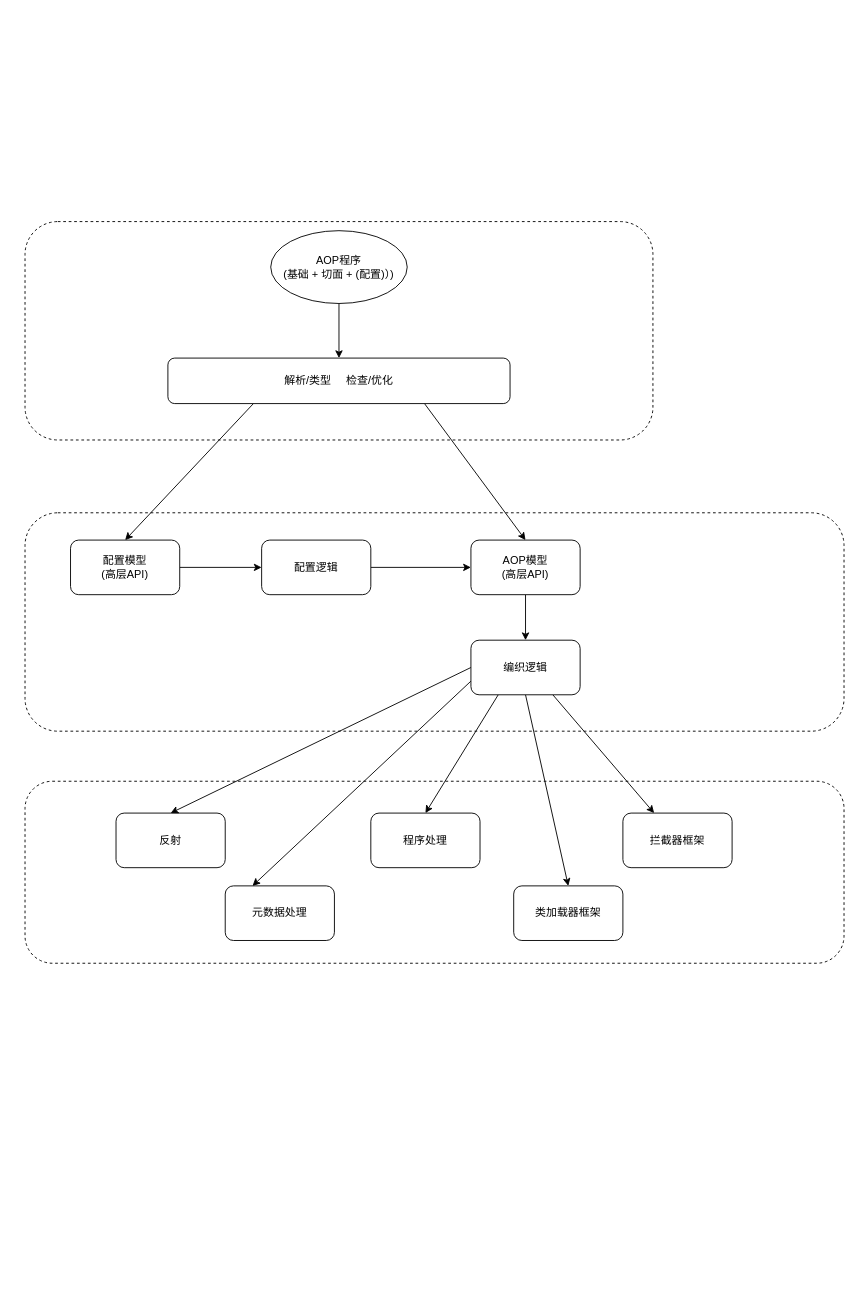
Asamiyaa/microservice-k8s-yun keeps this draw.io diagram as menus/zujianmoxing.drawio. Above is the earlier version. Source tidied: cells renumbered, new cells numbered last; positions are measured from the earlier drawing's top-left corner, leaving out a move shared by most shapes. Both pictures are drawn from the tidied source at 91%, with x=0, y=0 at pixel (25, 221).
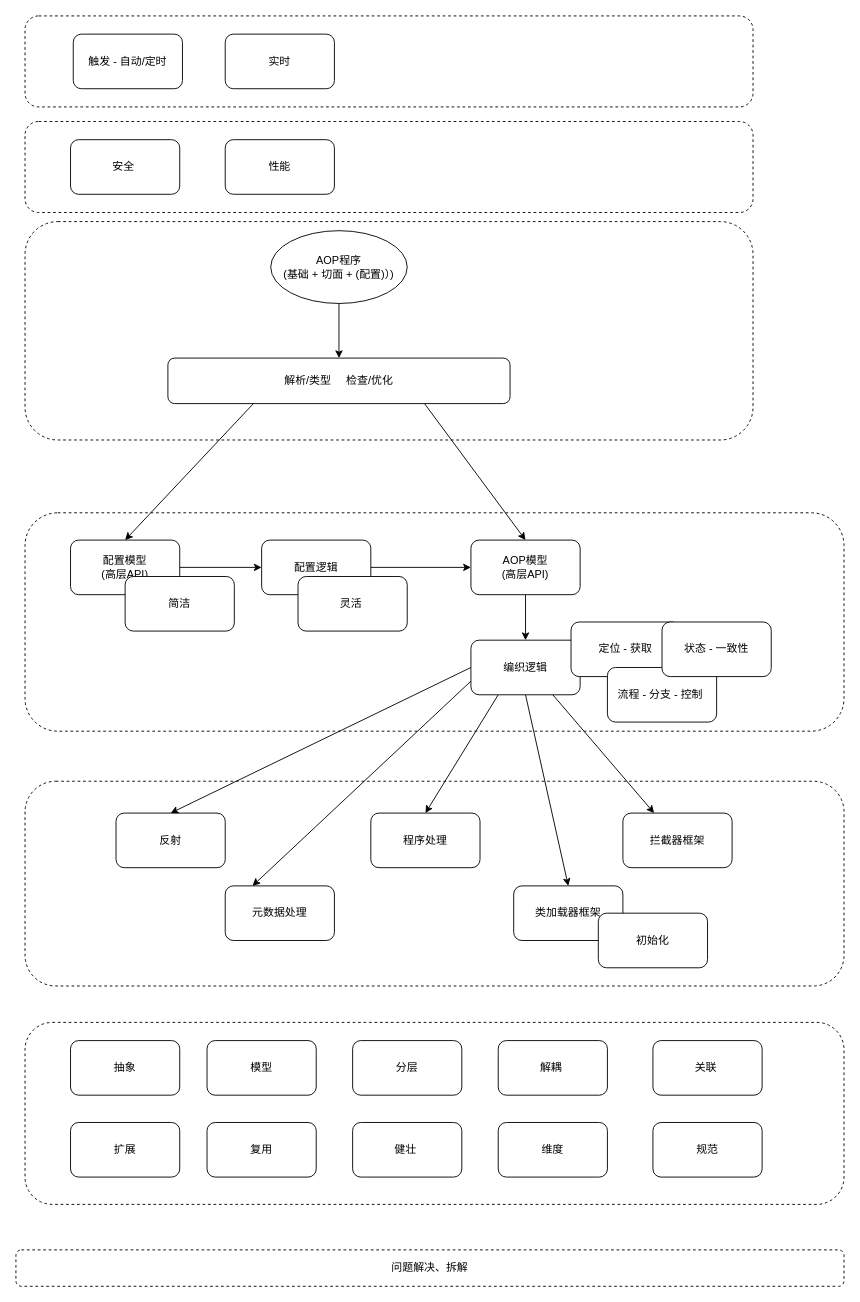
The same diagram, later.

Diff of the diagram source:
```diff
@@
     <mxCell id="2" style="rounded=1;whiteSpace=wrap;html=1;dashed=1;" parent="1" vertex="1">
-      <mxGeometry width="690" height="240" as="geometry" />
+      <mxGeometry width="800" height="240" as="geometry" />
     </mxCell>
@@
     <mxCell id="4" style="rounded=1;whiteSpace=wrap;html=1;dashed=1;" parent="1" vertex="1">
-      <mxGeometry y="615" width="900" height="200" as="geometry" />
+      <mxGeometry y="615" width="900" height="225" as="geometry" />
     </mxCell>
@@
+    <mxCell id="27" value="问题解决、拆解" style="rounded=1;whiteSpace=wrap;html=1;dashed=1;" parent="1" vertex="1">
+      <mxGeometry x="-10" y="1130" width="910" height="40" as="geometry" />
+    </mxCell>
+    <mxCell id="28" style="rounded=1;whiteSpace=wrap;html=1;dashed=1;" parent="1" vertex="1">
+      <mxGeometry y="880" width="900" height="200" as="geometry" />
+    </mxCell>
+    <mxCell id="29" value="抽象" style="rounded=1;whiteSpace=wrap;html=1;" parent="1" vertex="1">
+      <mxGeometry x="50" y="900" width="120" height="60" as="geometry" />
+    </mxCell>
+    <mxCell id="30" value="模型" style="rounded=1;whiteSpace=wrap;html=1;" parent="1" vertex="1">
+      <mxGeometry x="200" y="900" width="120" height="60" as="geometry" />
+    </mxCell>
+    <mxCell id="31" value="初始化" style="rounded=1;whiteSpace=wrap;html=1;" parent="1" vertex="1">
+      <mxGeometry x="630" y="760" width="120" height="60" as="geometry" />
+    </mxCell>
+    <mxCell id="32" value="分层" style="rounded=1;whiteSpace=wrap;html=1;" parent="1" vertex="1">
+      <mxGeometry x="360" y="900" width="120" height="60" as="geometry" />
+    </mxCell>
+    <mxCell id="33" value="定位 - 获取" style="rounded=1;whiteSpace=wrap;html=1;" parent="1" vertex="1">
+      <mxGeometry x="600" y="440" width="120" height="60" as="geometry" />
+    </mxCell>
+    <mxCell id="34" value="流程 - 分支 - 控制&amp;nbsp;" style="rounded=1;whiteSpace=wrap;html=1;" parent="1" vertex="1">
+      <mxGeometry x="640" y="490" width="120" height="60" as="geometry" />
+    </mxCell>
+    <mxCell id="35" value="状态 - 一致性" style="rounded=1;whiteSpace=wrap;html=1;" parent="1" vertex="1">
+      <mxGeometry x="700" y="440" width="120" height="60" as="geometry" />
+    </mxCell>
+    <mxCell id="36" value="解耦&amp;nbsp;" style="rounded=1;whiteSpace=wrap;html=1;" parent="1" vertex="1">
+      <mxGeometry x="520" y="900" width="120" height="60" as="geometry" />
+    </mxCell>
+    <mxCell id="37" style="rounded=1;whiteSpace=wrap;html=1;dashed=1;" parent="1" vertex="1">
+      <mxGeometry y="-226" width="800" height="100" as="geometry" />
+    </mxCell>
+    <mxCell id="38" value="触发 - 自动/定时&lt;br&gt;" style="rounded=1;whiteSpace=wrap;html=1;" parent="1" vertex="1">
+      <mxGeometry x="53" y="-206" width="120" height="60" as="geometry" />
+    </mxCell>
+    <mxCell id="39" value="关联&amp;nbsp;" style="rounded=1;whiteSpace=wrap;html=1;" parent="1" vertex="1">
+      <mxGeometry x="690" y="900" width="120" height="60" as="geometry" />
+    </mxCell>
+    <mxCell id="40" style="rounded=1;whiteSpace=wrap;html=1;dashed=1;" parent="1" vertex="1">
+      <mxGeometry y="-110" width="800" height="100" as="geometry" />
+    </mxCell>
+    <mxCell id="41" value="安全&amp;nbsp;" style="rounded=1;whiteSpace=wrap;html=1;" parent="1" vertex="1">
+      <mxGeometry x="50" y="-90" width="120" height="60" as="geometry" />
+    </mxCell>
+    <mxCell id="42" value="性能" style="rounded=1;whiteSpace=wrap;html=1;" parent="1" vertex="1">
+      <mxGeometry x="220" y="-90" width="120" height="60" as="geometry" />
+    </mxCell>
+    <mxCell id="43" value="实时" style="rounded=1;whiteSpace=wrap;html=1;" parent="1" vertex="1">
+      <mxGeometry x="220" y="-206" width="120" height="60" as="geometry" />
+    </mxCell>
+    <mxCell id="44" value="扩展" style="rounded=1;whiteSpace=wrap;html=1;" parent="1" vertex="1">
+      <mxGeometry x="50" y="990" width="120" height="60" as="geometry" />
+    </mxCell>
+    <mxCell id="45" value="复用" style="rounded=1;whiteSpace=wrap;html=1;" parent="1" vertex="1">
+      <mxGeometry x="200" y="990" width="120" height="60" as="geometry" />
+    </mxCell>
+    <mxCell id="46" value="健壮&amp;nbsp;" style="rounded=1;whiteSpace=wrap;html=1;" parent="1" vertex="1">
+      <mxGeometry x="360" y="990" width="120" height="60" as="geometry" />
+    </mxCell>
+    <mxCell id="47" value="维度" style="rounded=1;whiteSpace=wrap;html=1;" parent="1" vertex="1">
+      <mxGeometry x="520" y="990" width="120" height="60" as="geometry" />
+    </mxCell>
+    <mxCell id="48" value="灵活&amp;nbsp;" style="rounded=1;whiteSpace=wrap;html=1;" parent="1" vertex="1">
+      <mxGeometry x="300" y="390" width="120" height="60" as="geometry" />
+    </mxCell>
+    <mxCell id="49" value="简洁" style="rounded=1;whiteSpace=wrap;html=1;" parent="1" vertex="1">
+      <mxGeometry x="110" y="390" width="120" height="60" as="geometry" />
+    </mxCell>
+    <mxCell id="50" value="规范" style="rounded=1;whiteSpace=wrap;html=1;" parent="1" vertex="1">
+      <mxGeometry x="690" y="990" width="120" height="60" as="geometry" />
+    </mxCell>
```
